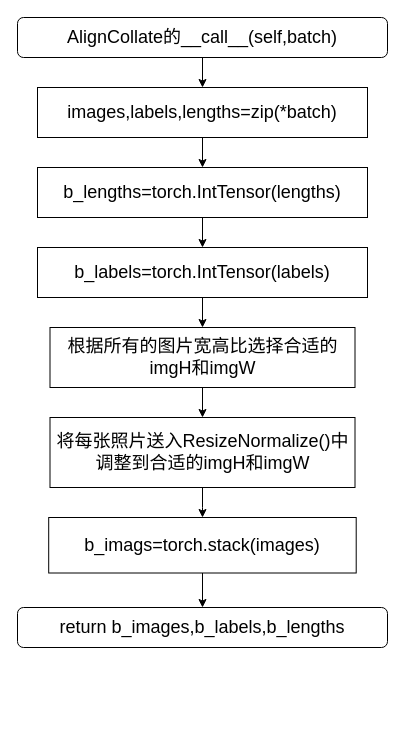
Above: thesis_lmdb2.drawio in Dong-J93/_pictures (draw.io), before the change. Source tidied: cells renumbered, new cells numbered last; positions are measured from the earlier drawing's top-left corner, leaving out a move shared by most shapes. Both pictures are drawn from the tidied source at 100%, with x=0, y=0 at pixel (17, 17).
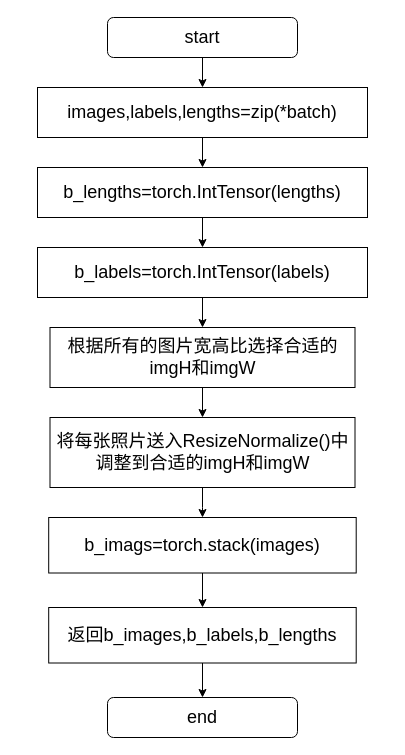
Above is the later version.

The edit, as a diff of the source:
```diff
@@
 <mxGraphModel>
   <root>
     <mxCell id="0" />
     <mxCell id="1" parent="0" />
     <mxCell id="2" style="edgeStyle=orthogonalEdgeStyle;rounded=0;jettySize=auto;html=1;" parent="1" edge="1" source="3" target="5">
       <mxGeometry relative="1" as="geometry" />
     </mxCell>
-    <mxCell id="3" value="&lt;font style=&quot;font-size: 18px;&quot;&gt;AlignCollate的__call__(self,batch)&lt;/font&gt;" style="rounded=1;whiteSpace=wrap;html=1;" parent="1" vertex="1">
-      <mxGeometry width="370" height="40" as="geometry" />
+    <mxCell id="3" value="&lt;font style=&quot;font-size: 18px;&quot;&gt;start&lt;/font&gt;" style="rounded=1;whiteSpace=wrap;html=1;" parent="1" vertex="1">
+      <mxGeometry x="90" width="190" height="40" as="geometry" />
     </mxCell>
     <mxCell id="4" style="edgeStyle=orthogonalEdgeStyle;rounded=0;jettySize=auto;html=1;" parent="1" edge="1" source="5" target="7">
       <mxGeometry relative="1" as="geometry" />
     </mxCell>
     <mxCell id="5" value="&lt;font style=&quot;font-size: 18px;&quot;&gt;images,labels,lengths=zip(*batch)&lt;/font&gt;" style="rounded=0;whiteSpace=wrap;html=1;" parent="1" vertex="1">
       <mxGeometry x="20" y="70" width="330" height="50" as="geometry" />
     </mxCell>
     <mxCell id="6" style="edgeStyle=orthogonalEdgeStyle;rounded=0;jettySize=auto;html=1;" parent="1" edge="1" source="7" target="9">
       <mxGeometry relative="1" as="geometry" />
     </mxCell>
     <mxCell id="7" value="&lt;font style=&quot;font-size: 18px;&quot;&gt;b_lengths=torch.IntTensor(lengths)&lt;/font&gt;" style="rounded=0;whiteSpace=wrap;html=1;" parent="1" vertex="1">
       <mxGeometry x="20" y="150" width="330" height="50" as="geometry" />
     </mxCell>
     <mxCell id="8" style="edgeStyle=orthogonalEdgeStyle;rounded=0;jettySize=auto;html=1;" parent="1" edge="1" source="9" target="11">
       <mxGeometry relative="1" as="geometry" />
     </mxCell>
     <mxCell id="9" value="&lt;font style=&quot;font-size: 18px;&quot;&gt;b_labels=torch.IntTensor(labels)&lt;/font&gt;" style="rounded=0;whiteSpace=wrap;html=1;" parent="1" vertex="1">
       <mxGeometry x="20" y="230" width="330" height="50" as="geometry" />
     </mxCell>
     <mxCell id="10" style="edgeStyle=orthogonalEdgeStyle;rounded=0;jettySize=auto;html=1;" parent="1" edge="1" source="11" target="13">
       <mxGeometry relative="1" as="geometry" />
     </mxCell>
     <mxCell id="11" value="&lt;span style=&quot;font-size: 18px;&quot;&gt;根据所有的图片宽高比选择合适的imgH和imgW&lt;/span&gt;" style="rounded=0;whiteSpace=wrap;html=1;" parent="1" vertex="1">
       <mxGeometry x="32.5" y="310" width="305" height="60" as="geometry" />
     </mxCell>
     <mxCell id="12" style="edgeStyle=orthogonalEdgeStyle;rounded=0;jettySize=auto;html=1;" parent="1" edge="1" source="13" target="15">
       <mxGeometry relative="1" as="geometry" />
     </mxCell>
     <mxCell id="13" value="&lt;span style=&quot;font-size: 18px;&quot;&gt;将每张照片送入ResizeNormalize()中调整到合适的imgH和imgW&lt;/span&gt;" style="rounded=0;whiteSpace=wrap;html=1;" parent="1" vertex="1">
       <mxGeometry x="32.5" y="400" width="305" height="70" as="geometry" />
     </mxCell>
-    <mxCell id="14" style="edgeStyle=orthogonalEdgeStyle;rounded=0;jettySize=auto;html=1;" parent="1" edge="1" source="15" target="16">
-      <mxGeometry relative="1" as="geometry" />
-    </mxCell>
+    <mxCell id="17" style="edgeStyle=orthogonalEdgeStyle;rounded=0;jettySize=auto;html=1;" parent="1" edge="1" source="15" target="19">
+      <mxGeometry relative="1" as="geometry" />
+    </mxCell>
     <mxCell id="15" value="&lt;span style=&quot;font-size: 18px;&quot;&gt;b_imags=torch.stack(images)&lt;/span&gt;" style="rounded=0;whiteSpace=wrap;html=1;" parent="1" vertex="1">
       <mxGeometry x="31.2" y="500" width="307.5" height="55.5" as="geometry" />
     </mxCell>
-    <mxCell id="16" value="&lt;font style=&quot;font-size: 18px;&quot;&gt;return b_images,b_labels,b_lengths&lt;/font&gt;" style="rounded=1;whiteSpace=wrap;html=1;" parent="1" vertex="1">
-      <mxGeometry y="590" width="370" height="40" as="geometry" />
-    </mxCell>
+    <mxCell id="18" style="edgeStyle=orthogonalEdgeStyle;rounded=0;jettySize=auto;html=1;" parent="1" edge="1" source="19" target="20">
+      <mxGeometry relative="1" as="geometry" />
+    </mxCell>
+    <mxCell id="19" value="&lt;font style=&quot;font-size: 18px;&quot;&gt;返回b_images,b_labels,b_lengths&lt;/font&gt;" style="rounded=0;whiteSpace=wrap;html=1;" parent="1" vertex="1">
+      <mxGeometry x="31.2" y="590" width="307.5" height="55.5" as="geometry" />
+    </mxCell>
+    <mxCell id="20" value="&lt;font style=&quot;font-size: 18px;&quot;&gt;end&lt;/font&gt;" style="rounded=1;whiteSpace=wrap;html=1;" parent="1" vertex="1">
+      <mxGeometry x="90" y="680" width="190" height="40" as="geometry" />
+    </mxCell>
   </root>
 </mxGraphModel>
```
